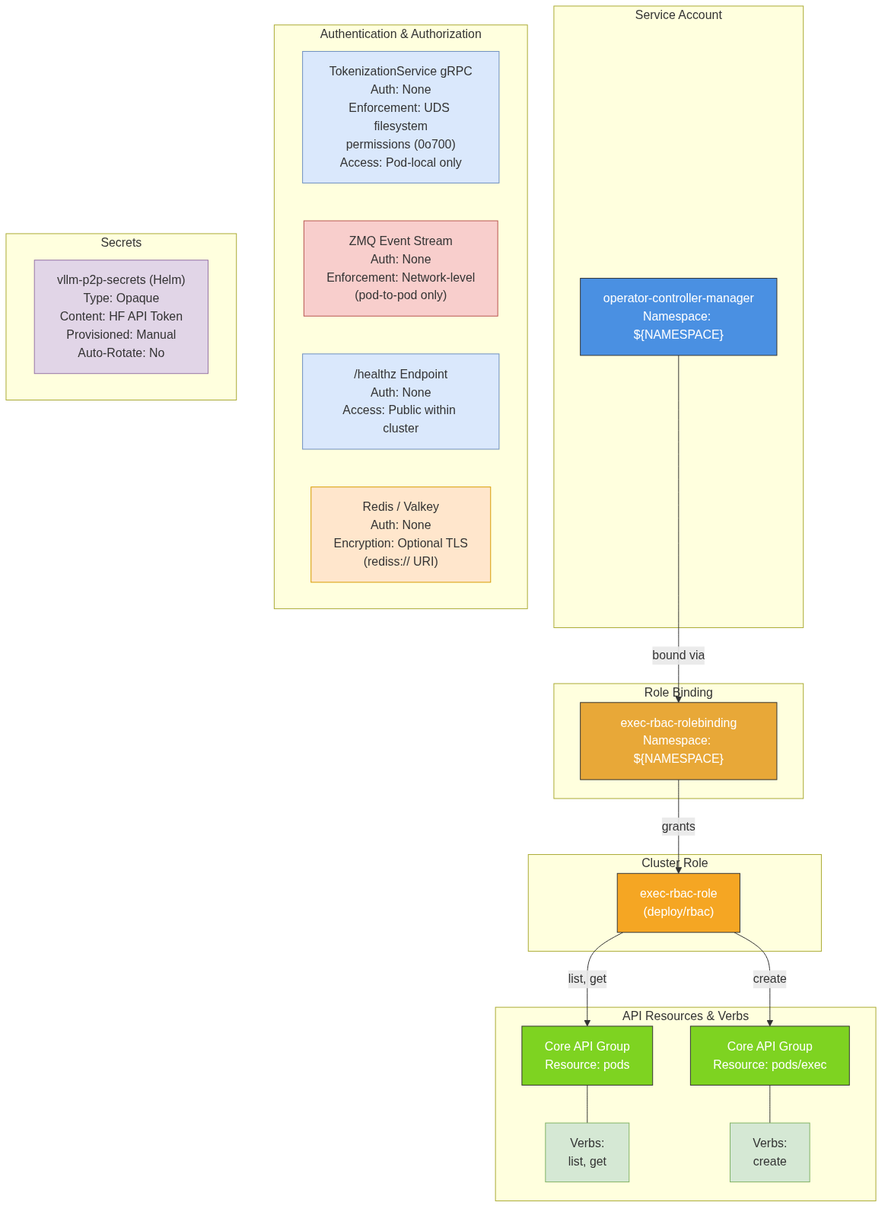
This is architecture/rhoai.next/diagrams/llm-d-kv-cache-rbac.png from rhuss/architecture-context, a Mermaid export, as it was before one commit. Its source is kept beside it as architecture/rhoai.next/diagrams/llm-d-kv-cache-rbac.mmd.
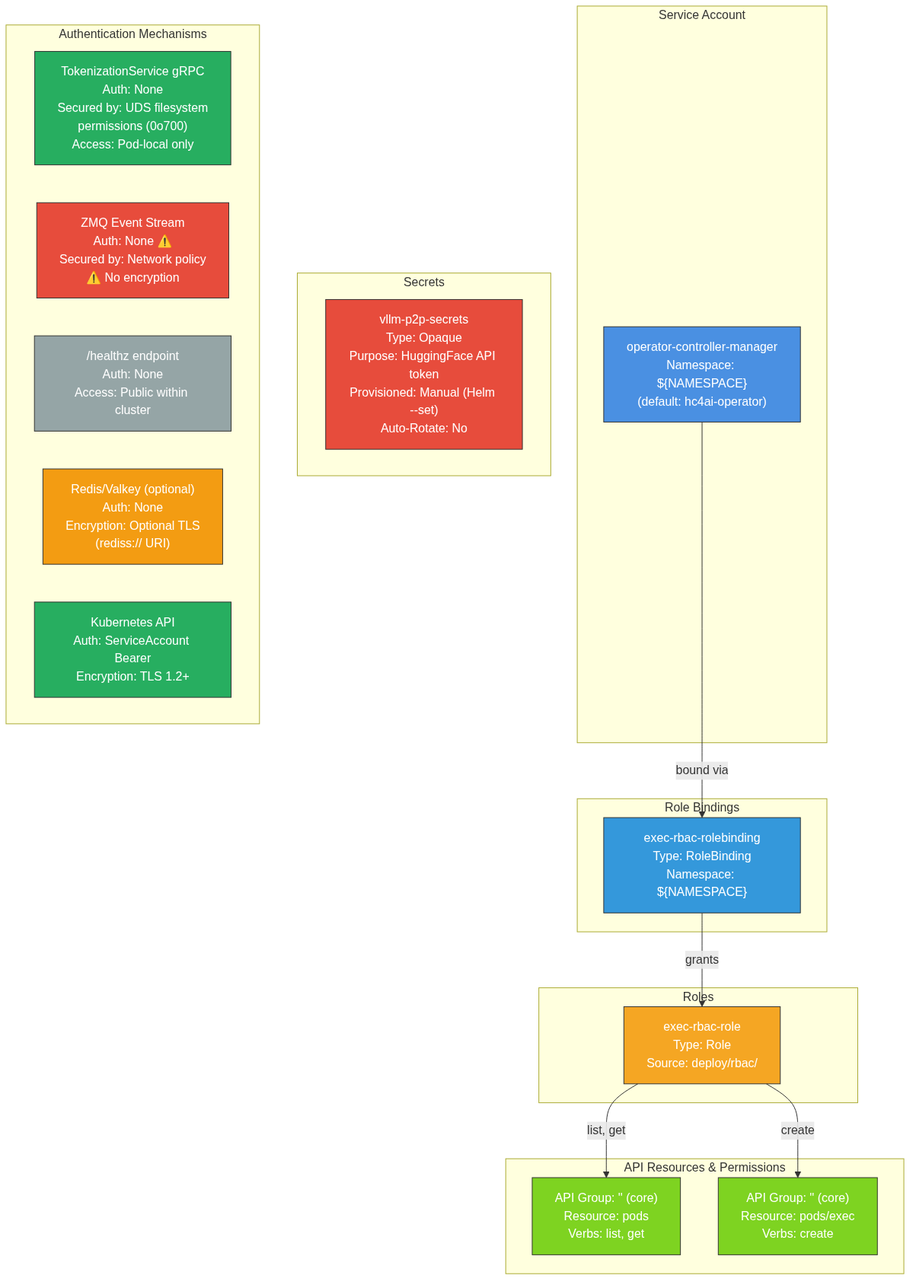
After the commit.

The edit, as a diff of the source:
```diff
@@ -1,52 +1,46 @@
 graph TD
-    subgraph SA_Group["Service Account"]
-        SA["operator-controller-manager<br/>Namespace: ${NAMESPACE}"]
+    subgraph "Service Account"
+        SA["operator-controller-manager<br/>Namespace: ${NAMESPACE}<br/>(default: hc4ai-operator)"]
     end
 
-    subgraph RB_Group["Role Binding"]
-        RB["exec-rbac-rolebinding<br/>Namespace: ${NAMESPACE}"]
+    subgraph "Role Bindings"
+        RB["exec-rbac-rolebinding<br/>Type: RoleBinding<br/>Namespace: ${NAMESPACE}"]
     end
 
-    subgraph Role_Group["Cluster Role"]
-        RoleNode["exec-rbac-role<br/>(deploy/rbac)"]
+    subgraph "Roles"
+        Role["exec-rbac-role<br/>Type: Role<br/>Source: deploy/rbac/"]
     end
 
-    subgraph Resources_Group["API Resources & Verbs"]
-        Pods["Core API Group<br/>Resource: pods"]
-        PodsExec["Core API Group<br/>Resource: pods/exec"]
-
-        PodsVerbs["Verbs:<br/>list, get"]
-        PodsExecVerbs["Verbs:<br/>create"]
-    end
-
-    subgraph Auth_Group["Authentication & Authorization"]
-        UDS["TokenizationService gRPC<br/>Auth: None<br/>Enforcement: UDS filesystem<br/>permissions (0o700)<br/>Access: Pod-local only"]
-        ZMQAuth["ZMQ Event Stream<br/>Auth: None<br/>Enforcement: Network-level<br/>(pod-to-pod only)"]
-        Health["/healthz Endpoint<br/>Auth: None<br/>Access: Public within cluster"]
-        RedisAuth["Redis / Valkey<br/>Auth: None<br/>Encryption: Optional TLS<br/>(rediss:// URI)"]
-    end
-
-    subgraph Secrets_Group["Secrets"]
-        Secret1["vllm-p2p-secrets (Helm)<br/>Type: Opaque<br/>Content: HF API Token<br/>Provisioned: Manual<br/>Auto-Rotate: No"]
+    subgraph "API Resources & Permissions"
+        Pods["API Group: '' (core)<br/>Resource: pods<br/>Verbs: list, get"]
+        PodsExec["API Group: '' (core)<br/>Resource: pods/exec<br/>Verbs: create"]
     end
 
     SA -->|"bound via"| RB
-    RB -->|"grants"| RoleNode
-    RoleNode -->|"list, get"| Pods
-    RoleNode -->|"create"| PodsExec
+    RB -->|"grants"| Role
+    Role -->|"list, get"| Pods
+    Role -->|"create"| PodsExec
 
-    Pods --- PodsVerbs
-    PodsExec --- PodsExecVerbs
+    subgraph "Secrets"
+        Secret1["vllm-p2p-secrets<br/>Type: Opaque<br/>Purpose: HuggingFace API token<br/>Provisioned: Manual (Helm --set)<br/>Auto-Rotate: No"]
+    end
+
+    subgraph "Authentication Mechanisms"
+        Auth1["TokenizationService gRPC<br/>Auth: None<br/>Secured by: UDS filesystem<br/>permissions (0o700)<br/>Access: Pod-local only"]
+        Auth2["ZMQ Event Stream<br/>Auth: None ⚠️<br/>Secured by: Network policy<br/>⚠️ No encryption"]
+        Auth3["/healthz endpoint<br/>Auth: None<br/>Access: Public within cluster"]
+        Auth4["Redis/Valkey (optional)<br/>Auth: None<br/>Encryption: Optional TLS<br/>(rediss:// URI)"]
+        Auth5["Kubernetes API<br/>Auth: ServiceAccount Bearer<br/>Encryption: TLS 1.2+"]
+    end
 
     style SA fill:#4a90e2,stroke:#333,color:#fff
-    style RB fill:#e8a838,stroke:#333,color:#fff
-    style RoleNode fill:#f5a623,stroke:#333,color:#fff
+    style RB fill:#3498db,stroke:#333,color:#fff
+    style Role fill:#f5a623,stroke:#333,color:#fff
     style Pods fill:#7ed321,stroke:#333,color:#fff
     style PodsExec fill:#7ed321,stroke:#333,color:#fff
-    style PodsVerbs fill:#d5e8d4,stroke:#82b366
-    style PodsExecVerbs fill:#d5e8d4,stroke:#82b366
-    style UDS fill:#dae8fc,stroke:#6c8ebf
-    style ZMQAuth fill:#f8cecc,stroke:#b85450
-    style Health fill:#dae8fc,stroke:#6c8ebf
-    style RedisAuth fill:#ffe6cc,stroke:#d79b00
-    style Secret1 fill:#e1d5e7,stroke:#9673a6
+    style Secret1 fill:#e74c3c,stroke:#333,color:#fff
+    style Auth1 fill:#27ae60,stroke:#333,color:#fff
+    style Auth2 fill:#e74c3c,stroke:#333,color:#fff
+    style Auth3 fill:#95a5a6,stroke:#333,color:#fff
+    style Auth4 fill:#f39c12,stroke:#333,color:#fff
+    style Auth5 fill:#27ae60,stroke:#333,color:#fff
```
